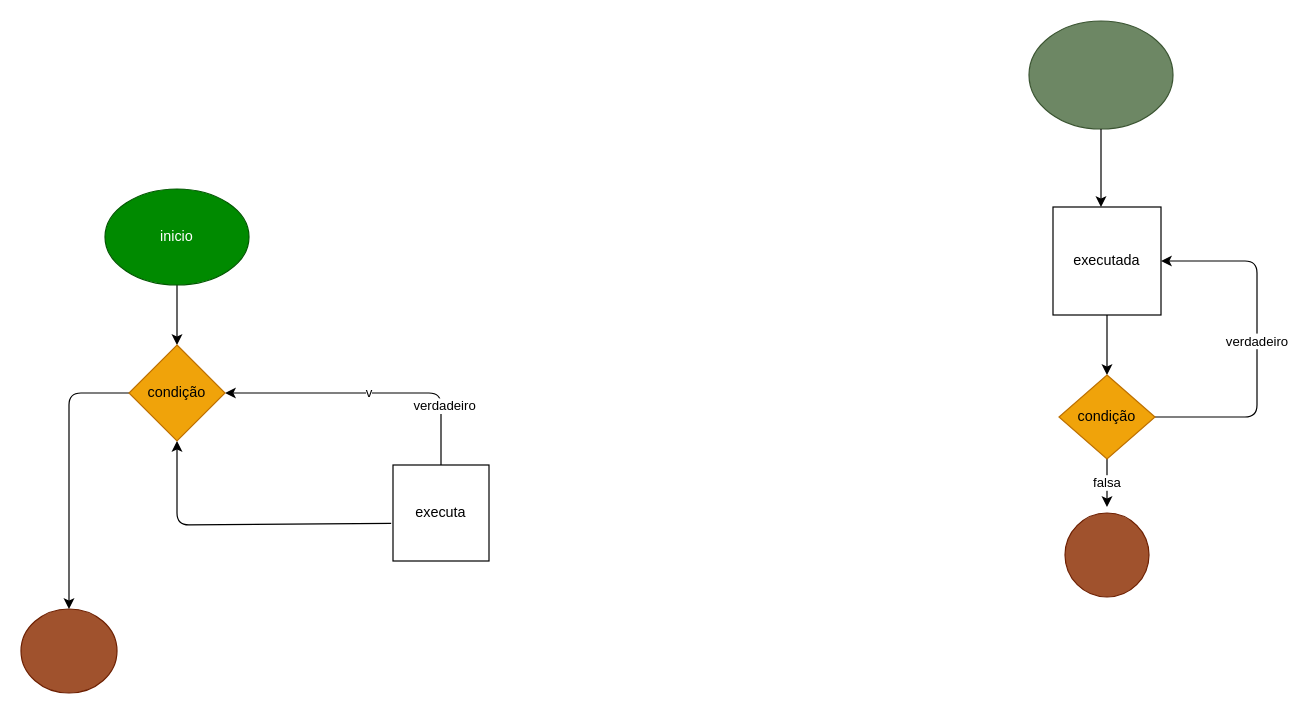
Earlier version of the draw.io diagram aulas/aula04/aula.drawio (willim2023/logica-de-programacao). Source tidied: cells renumbered, new cells numbered last; positions are measured from the earlier drawing's top-left corner, leaving out a move shared by most shapes. Both pictures are drawn from the tidied source at 120%, with x=0, y=0 at pixel (20, 20).
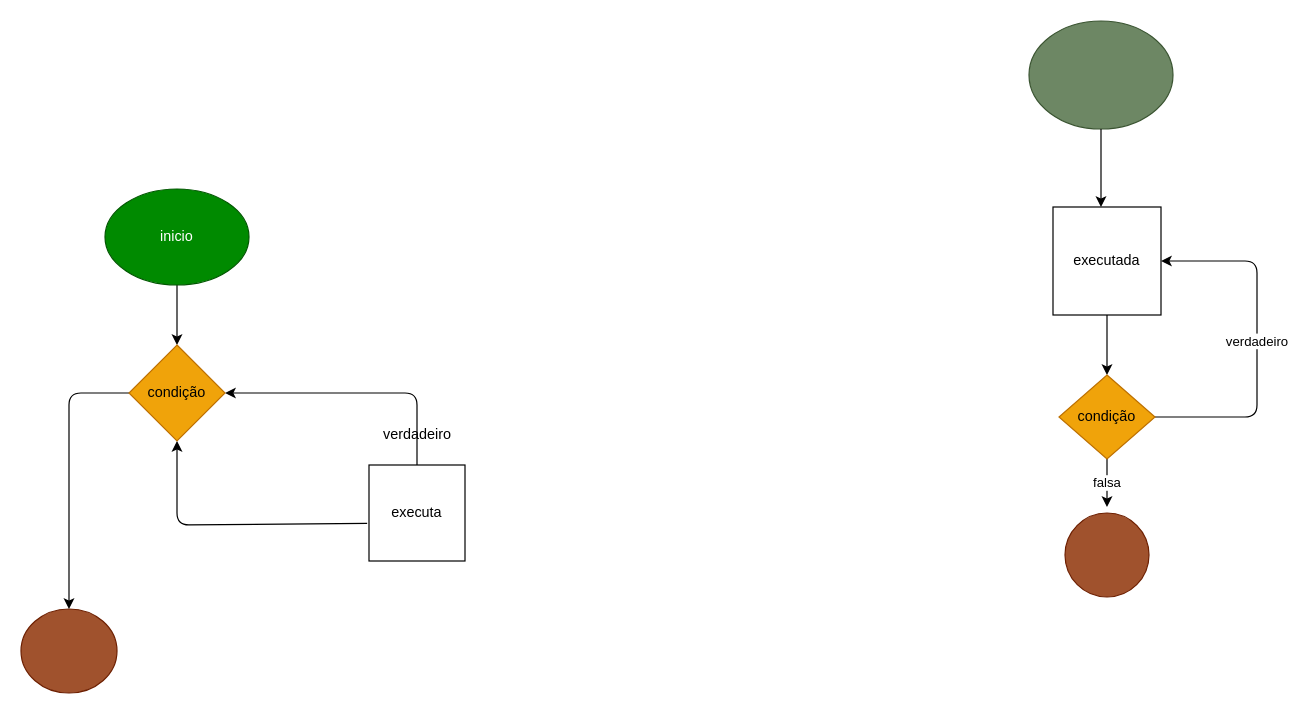
The same diagram, later.

Unchanged cells that the change refers to:
```xml
<mxCell id="20" value="condição" style="rhombus;whiteSpace=wrap;html=1;fillColor=#f0a30a;fontColor=#000000;strokeColor=#BD7000;" parent="1" vertex="1">
  <mxGeometry x="90" y="270" width="80" height="80" as="geometry" />
</mxCell>
```

What changed in the source:
```diff
@@
-    <mxCell id="6" value="v" style="edgeStyle=none;html=1;exitX=0.5;exitY=0;exitDx=0;exitDy=0;entryX=1;entryY=0.5;entryDx=0;entryDy=0;" parent="1" edge="1" source="8" target="20">
+    <mxCell id="6" style="edgeStyle=none;html=1;exitX=0.5;exitY=0;exitDx=0;exitDy=0;entryX=1;entryY=0.5;entryDx=0;entryDy=0;" parent="1" edge="1" source="8" target="20">
       <mxGeometry relative="1" as="geometry">
         <Array as="points">
-          <mxPoint x="350" y="310" />
+          <mxPoint x="330" y="310" />
         </Array>
       </mxGeometry>
     </mxCell>
-    <mxCell id="7" value="verdadeiro" style="edgeLabel;html=1;align=center;verticalAlign=middle;" parent="6" vertex="1">
-      <mxGeometry x="-0.58" y="-2" relative="1" as="geometry" />
-    </mxCell>
     <mxCell id="8" value="executa" style="whiteSpace=wrap;html=1;" parent="1" vertex="1">
-      <mxGeometry x="310" y="370" width="80" height="80" as="geometry" />
+      <mxGeometry x="290" y="370" width="80" height="80" as="geometry" />
     </mxCell>
@@
+    <mxCell id="7" value="verdadeiro" style="text;html=1;align=center;verticalAlign=middle;strokeColor=none;fillColor=none;" parent="1" vertex="1">
+      <mxGeometry x="290" y="330" width="80" height="30" as="geometry" />
+    </mxCell>
```
